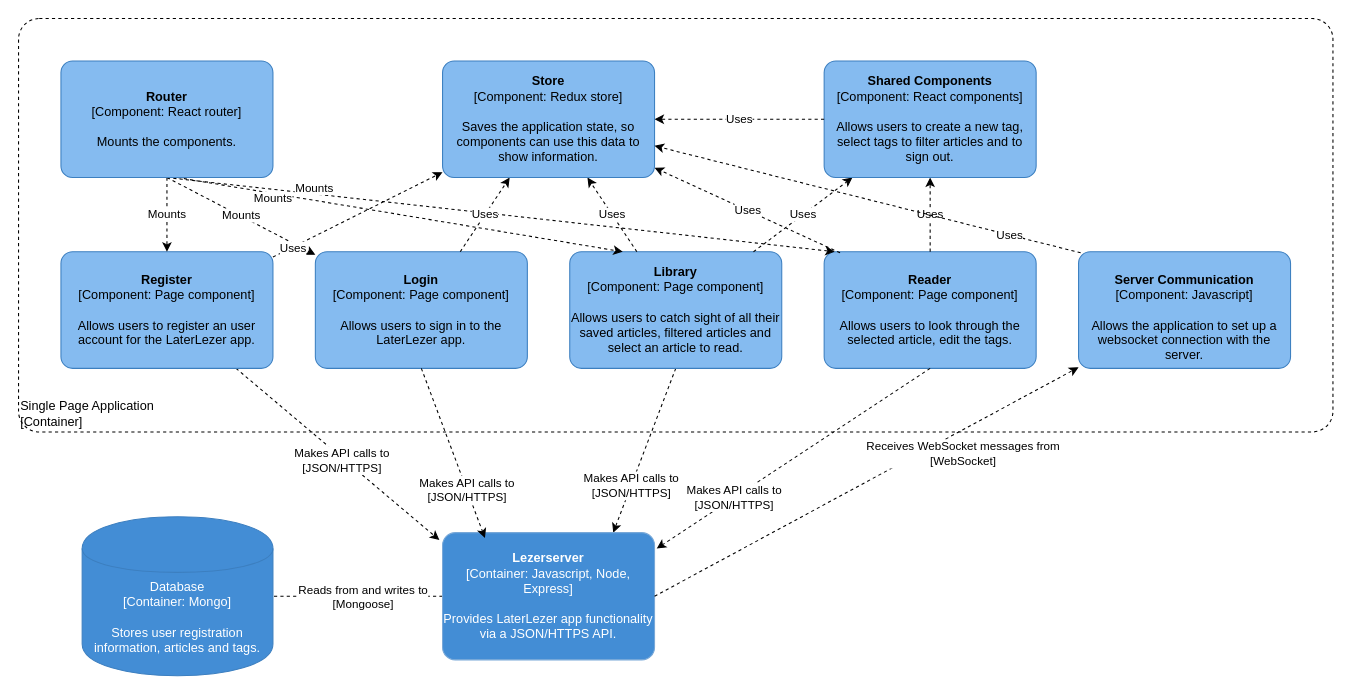
This is page "component-diagram-lezerapp" (5 of 7) of documents/c4model.drawio from Patrickroelofs/HANICA-DWA-Laterlezer, a draw.io file, before an edit. Source tidied: cells renumbered, new cells numbered last; positions are measured from the earlier drawing's top-left corner, leaving out a move shared by most shapes. Both pictures are drawn from the tidied source at 106%, with x=0, y=0 at pixel (18, 18).
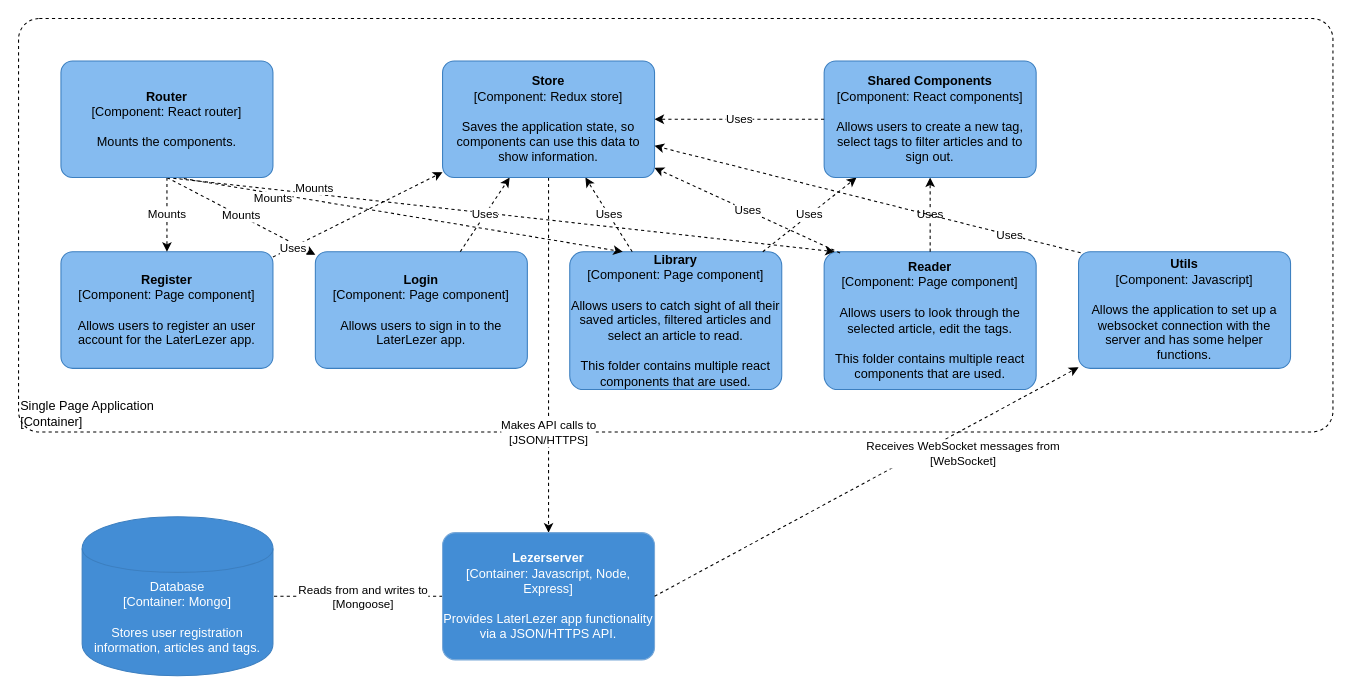
After the change.

Unchanged cells that the change refers to:
```xml
<object id="6" label="&lt;b&gt;%c4Name%&lt;/b&gt;&lt;div&gt;[%c4Type%: %c4Technology%]&lt;/div&gt;&lt;br&gt;&lt;div&gt;%c4Description%&lt;/div&gt;" c4Description="Allows users to register an user account for the LaterLezer app." c4Name="Register" c4Technology="Page component" c4Type="Component" placeholders="1">
  <mxCell style="rounded=1;whiteSpace=wrap;html=1;labelBackgroundColor=none;align=center;arcSize=10;strokeColor=#3C7FC0;metaData={&quot;c4Type&quot;:{&quot;editable&quot;:false}};points=[[0.25,0,0],[0.5,0,0],[0.75,0,0],[1,0.25,0],[1,0.5,0],[1,0.75,0],[0.75,1,0],[0.5,1,0],[0.25,1,0],[0,0.75,0],[0,0.5,0],[0,0.25,0]];fillColor=#85BBF0;" parent="1" vertex="1">
    <mxGeometry x="40" y="220" width="200" height="110" as="geometry" />
  </mxCell>
</object>
<object id="10" label="&lt;b&gt;%c4Name%&lt;/b&gt;&lt;div&gt;[%c4Type%: %c4Technology%]&lt;/div&gt;&lt;br&gt;&lt;div&gt;%c4Description%&lt;/div&gt;" c4Description="Provides LaterLezer app functionality via a JSON/HTTPS API." c4Name="Lezerserver" c4Technology="Javascript, Node, Express" c4Type="Container" placeholders="1">
  <mxCell style="rounded=1;whiteSpace=wrap;html=1;labelBackgroundColor=none;fontColor=#ffffff;align=center;arcSize=10;strokeColor=#78A8D8;metaData={&quot;c4Type&quot;:{&quot;editable&quot;:false}};points=[[0.25,0,0],[0.5,0,0],[0.75,0,0],[1,0.25,0],[1,0.5,0],[1,0.75,0],[0.75,1,0],[0.5,1,0],[0.25,1,0],[0,0.75,0],[0,0.5,0],[0,0.25,0]];fillColor=#438DD5;" parent="1" vertex="1">
    <mxGeometry x="400" y="485" width="200" height="120" as="geometry" />
  </mxCell>
</object>
<object id="11" label="&lt;b&gt;%c4Name%&lt;/b&gt;&lt;div&gt;[%c4Type%: %c4Technology%]&lt;/div&gt;&lt;br&gt;&lt;div&gt;%c4Description%&lt;/div&gt;" c4Description="Allows users to sign in to the LaterLezer app." c4Name="Login" c4Technology="Page component" c4Type="Component" placeholders="1">
  <mxCell style="rounded=1;whiteSpace=wrap;html=1;labelBackgroundColor=none;align=center;arcSize=10;strokeColor=#3C7FC0;metaData={&quot;c4Type&quot;:{&quot;editable&quot;:false}};points=[[0.25,0,0],[0.5,0,0],[0.75,0,0],[1,0.25,0],[1,0.5,0],[1,0.75,0],[0.75,1,0],[0.5,1,0],[0.25,1,0],[0,0.75,0],[0,0.5,0],[0,0.25,0]];fillColor=#85BBF0;" parent="1" vertex="1">
    <mxGeometry x="280" y="220" width="200" height="110" as="geometry" />
  </mxCell>
</object>
<object id="30" label="&lt;b&gt;%c4Name%&lt;/b&gt;&lt;div&gt;[%c4Type%: %c4Technology%]&lt;/div&gt;&lt;br&gt;&lt;div&gt;%c4Description%&lt;/div&gt;" c4Description="Saves the application state, so components can use this data to show information." c4Name="Store" c4Technology="Redux store" c4Type="Component" placeholders="1">
  <mxCell style="rounded=1;whiteSpace=wrap;html=1;labelBackgroundColor=none;align=center;arcSize=10;strokeColor=#3C7FC0;metaData={&quot;c4Type&quot;:{&quot;editable&quot;:false}};points=[[0.25,0,0],[0.5,0,0],[0.75,0,0],[1,0.25,0],[1,0.5,0],[1,0.75,0],[0.75,1,0],[0.5,1,0],[0.25,1,0],[0,0.75,0],[0,0.5,0],[0,0.25,0]];fillColor=#85BBF0;" parent="1" vertex="1">
    <mxGeometry x="400" y="40" width="200" height="110" as="geometry" />
  </mxCell>
</object>
```

Change to the diagram source:
```diff
@@
-    <mxCell id="5" value="&lt;span style=&quot;color: rgb(0 , 0 , 0) ; font-size: 11px ; font-style: normal ; font-weight: 400 ; letter-spacing: normal ; text-align: center ; text-indent: 0px ; text-transform: none ; word-spacing: 0px ; background-color: rgb(255 , 255 , 255) ; font-family: &amp;#34;helvetica&amp;#34; ; display: inline ; float: none&quot;&gt;Makes API calls to&lt;/span&gt;&lt;br style=&quot;color: rgb(0 , 0 , 0) ; font-size: 11px ; font-style: normal ; font-weight: 400 ; letter-spacing: normal ; text-align: center ; text-indent: 0px ; text-transform: none ; word-spacing: 0px ; font-family: &amp;#34;helvetica&amp;#34;&quot;&gt;&lt;span style=&quot;color: rgb(0 , 0 , 0) ; font-size: 11px ; font-style: normal ; font-weight: 400 ; letter-spacing: normal ; text-align: center ; text-indent: 0px ; text-transform: none ; word-spacing: 0px ; background-color: rgb(255 , 255 , 255) ; font-family: &amp;#34;helvetica&amp;#34; ; display: inline ; float: none&quot;&gt;[JSON/HTTPS]&lt;/span&gt;&lt;br&gt;" style="jettySize=auto;html=1;rounded=0;dashed=1;entryX=-0.015;entryY=0.058;entryDx=0;entryDy=0;entryPerimeter=0;" parent="1" edge="1" source="6" target="10">
-      <mxGeometry x="0.05" y="-2" relative="1" as="geometry" />
-    </mxCell>
@@
-    <mxCell id="8" value="&lt;span style=&quot;color: rgb(0 , 0 , 0) ; font-size: 11px ; font-style: normal ; font-weight: 400 ; letter-spacing: normal ; text-align: center ; text-indent: 0px ; text-transform: none ; word-spacing: 0px ; background-color: rgb(255 , 255 , 255) ; font-family: &amp;#34;helvetica&amp;#34; ; display: inline ; float: none&quot;&gt;Makes API calls to&lt;/span&gt;&lt;br style=&quot;color: rgb(0 , 0 , 0) ; font-size: 11px ; font-style: normal ; font-weight: 400 ; letter-spacing: normal ; text-align: center ; text-indent: 0px ; text-transform: none ; word-spacing: 0px ; font-family: &amp;#34;helvetica&amp;#34;&quot;&gt;&lt;span style=&quot;color: rgb(0 , 0 , 0) ; font-size: 11px ; font-style: normal ; font-weight: 400 ; letter-spacing: normal ; text-align: center ; text-indent: 0px ; text-transform: none ; word-spacing: 0px ; background-color: rgb(255 , 255 , 255) ; font-family: &amp;#34;helvetica&amp;#34; ; display: inline ; float: none&quot;&gt;[JSON/HTTPS]&lt;/span&gt;" style="rounded=0;jettySize=auto;html=1;dashed=1;exitX=0.5;exitY=1;exitDx=0;exitDy=0;exitPerimeter=0;entryX=0.805;entryY=0;entryDx=0;entryDy=0;entryPerimeter=0;" parent="1" edge="1" source="9" target="10">
+    <mxCell id="8" value="&lt;span style=&quot;color: rgb(0 , 0 , 0) ; font-size: 11px ; font-style: normal ; font-weight: 400 ; letter-spacing: normal ; text-align: center ; text-indent: 0px ; text-transform: none ; word-spacing: 0px ; background-color: rgb(255 , 255 , 255) ; font-family: &amp;#34;helvetica&amp;#34; ; display: inline ; float: none&quot;&gt;Makes API calls to&lt;/span&gt;&lt;br style=&quot;color: rgb(0 , 0 , 0) ; font-size: 11px ; font-style: normal ; font-weight: 400 ; letter-spacing: normal ; text-align: center ; text-indent: 0px ; text-transform: none ; word-spacing: 0px ; font-family: &amp;#34;helvetica&amp;#34;&quot;&gt;&lt;span style=&quot;color: rgb(0 , 0 , 0) ; font-size: 11px ; font-style: normal ; font-weight: 400 ; letter-spacing: normal ; text-align: center ; text-indent: 0px ; text-transform: none ; word-spacing: 0px ; background-color: rgb(255 , 255 , 255) ; font-family: &amp;#34;helvetica&amp;#34; ; display: inline ; float: none&quot;&gt;[JSON/HTTPS]&lt;/span&gt;" style="rounded=0;jettySize=auto;html=1;dashed=1;exitX=0.5;exitY=1;exitDx=0;exitDy=0;exitPerimeter=0;" parent="1" edge="1" source="30" target="10">
       <mxGeometry x="0.44" relative="1" as="geometry" />
     </mxCell>
-    <object id="9" label="&lt;b&gt;%c4Name%&lt;/b&gt;&lt;div&gt;[%c4Type%: %c4Technology%]&lt;/div&gt;&lt;br&gt;&lt;div&gt;%c4Description%&lt;/div&gt;" c4Description="Allows users to catch sight of all their saved articles, filtered articles and select an article to read." c4Name="Library" c4Technology="Page component" c4Type="Component" placeholders="1">
+    <object id="9" label="&lt;b&gt;%c4Name%&lt;/b&gt;&lt;div&gt;[%c4Type%: %c4Technology%]&lt;/div&gt;&lt;br&gt;&lt;div&gt;%c4Description%&lt;/div&gt;" c4Description="Allows users to catch sight of all their saved articles, filtered articles and select an article to read.&#10;&#10;This folder contains multiple react components that are used." c4Name="Library" c4Technology="Page component" c4Type="Component" placeholders="1">
       <mxCell style="rounded=1;whiteSpace=wrap;html=1;labelBackgroundColor=none;align=center;arcSize=10;strokeColor=#3C7FC0;metaData={&quot;c4Type&quot;:{&quot;editable&quot;:false}};points=[[0.25,0,0],[0.5,0,0],[0.75,0,0],[1,0.25,0],[1,0.5,0],[1,0.75,0],[0.75,1,0],[0.5,1,0],[0.25,1,0],[0,0.75,0],[0,0.5,0],[0,0.25,0]];fillColor=#85BBF0;" parent="1" vertex="1">
-        <mxGeometry x="520" y="220" width="200" height="110" as="geometry" />
+        <mxGeometry x="520" y="220" width="200" height="130" as="geometry" />
       </mxCell>
     </object>
@@
-    <mxCell id="12" value="&lt;span style=&quot;color: rgb(0 , 0 , 0) ; font-size: 11px ; font-style: normal ; font-weight: 400 ; letter-spacing: normal ; text-align: center ; text-indent: 0px ; text-transform: none ; word-spacing: 0px ; background-color: rgb(255 , 255 , 255) ; font-family: &amp;#34;helvetica&amp;#34; ; display: inline ; float: none&quot;&gt;Makes API calls to&lt;/span&gt;&lt;br style=&quot;color: rgb(0 , 0 , 0) ; font-size: 11px ; font-style: normal ; font-weight: 400 ; letter-spacing: normal ; text-align: center ; text-indent: 0px ; text-transform: none ; word-spacing: 0px ; font-family: &amp;#34;helvetica&amp;#34;&quot;&gt;&lt;span style=&quot;color: rgb(0 , 0 , 0) ; font-size: 11px ; font-style: normal ; font-weight: 400 ; letter-spacing: normal ; text-align: center ; text-indent: 0px ; text-transform: none ; word-spacing: 0px ; background-color: rgb(255 , 255 , 255) ; font-family: &amp;#34;helvetica&amp;#34; ; display: inline ; float: none&quot;&gt;[JSON/HTTPS]&lt;/span&gt;" style="rounded=0;jettySize=auto;html=1;dashed=1;entryX=0.2;entryY=0.042;entryDx=0;entryDy=0;entryPerimeter=0;exitX=0.5;exitY=1;exitDx=0;exitDy=0;exitPerimeter=0;" parent="1" edge="1" source="11" target="10">
-      <mxGeometry x="0.44" relative="1" as="geometry" />
-    </mxCell>
-    <object id="13" label="&lt;b&gt;%c4Name%&lt;/b&gt;&lt;div&gt;[%c4Type%: %c4Technology%]&lt;/div&gt;&lt;br&gt;&lt;div&gt;%c4Description%&lt;/div&gt;" c4Description="Allows users to look through the selected article, edit the tags." c4Name="Reader" c4Technology="Page component" c4Type="Component" placeholders="1">
+    <object id="13" label="&lt;b&gt;%c4Name%&lt;/b&gt;&lt;div&gt;[%c4Type%: %c4Technology%]&lt;/div&gt;&lt;br&gt;&lt;div&gt;%c4Description%&lt;/div&gt;" c4Description="Allows users to look through the selected article, edit the tags.&#10;&#10;This folder contains multiple react components that are used." c4Name="Reader" c4Technology="Page component" c4Type="Component" placeholders="1">
       <mxCell style="rounded=1;whiteSpace=wrap;html=1;labelBackgroundColor=none;align=center;arcSize=10;strokeColor=#3C7FC0;metaData={&quot;c4Type&quot;:{&quot;editable&quot;:false}};points=[[0.25,0,0],[0.5,0,0],[0.75,0,0],[1,0.25,0],[1,0.5,0],[1,0.75,0],[0.75,1,0],[0.5,1,0],[0.25,1,0],[0,0.75,0],[0,0.5,0],[0,0.25,0]];fillColor=#85BBF0;" parent="1" vertex="1">
-        <mxGeometry x="760" y="220" width="200" height="110" as="geometry" />
+        <mxGeometry x="760" y="220" width="200" height="130" as="geometry" />
       </mxCell>
     </object>
-    <mxCell id="14" value="&lt;span style=&quot;color: rgb(0 , 0 , 0) ; font-size: 11px ; font-style: normal ; font-weight: 400 ; letter-spacing: normal ; text-align: center ; text-indent: 0px ; text-transform: none ; word-spacing: 0px ; background-color: rgb(255 , 255 , 255) ; font-family: &amp;#34;helvetica&amp;#34; ; display: inline ; float: none&quot;&gt;Makes API calls to&lt;/span&gt;&lt;br style=&quot;color: rgb(0 , 0 , 0) ; font-size: 11px ; font-style: normal ; font-weight: 400 ; letter-spacing: normal ; text-align: center ; text-indent: 0px ; text-transform: none ; word-spacing: 0px ; font-family: &amp;#34;helvetica&amp;#34;&quot;&gt;&lt;span style=&quot;color: rgb(0 , 0 , 0) ; font-size: 11px ; font-style: normal ; font-weight: 400 ; letter-spacing: normal ; text-align: center ; text-indent: 0px ; text-transform: none ; word-spacing: 0px ; background-color: rgb(255 , 255 , 255) ; font-family: &amp;#34;helvetica&amp;#34; ; display: inline ; float: none&quot;&gt;[JSON/HTTPS]&lt;/span&gt;" style="rounded=0;jettySize=auto;html=1;dashed=1;exitX=0.5;exitY=1;exitDx=0;exitDy=0;exitPerimeter=0;entryX=1.01;entryY=0.125;entryDx=0;entryDy=0;entryPerimeter=0;" parent="1" edge="1" source="13" target="10">
-      <mxGeometry x="0.44" relative="1" as="geometry" />
-    </mxCell>
@@
-    <object id="35" label="&lt;b&gt;%c4Name%&lt;/b&gt;&lt;div&gt;[%c4Type%: %c4Technology%]&lt;/div&gt;&lt;br&gt;&lt;div&gt;%c4Description%&lt;/div&gt;" c4Description="Allows the application to set up a websocket connection with the server." c4Name="&#10;Server Communication" c4Technology="Javascript" c4Type="Component" placeholders="1">
+    <object id="35" label="&lt;b&gt;%c4Name%&lt;/b&gt;&lt;div&gt;[%c4Type%: %c4Technology%]&lt;/div&gt;&lt;br&gt;&lt;div&gt;%c4Description%&lt;/div&gt;" c4Description="Allows the application to set up a websocket connection with the server and has some helper functions." c4Name="Utils" c4Technology="Javascript" c4Type="Component" placeholders="1">
       <mxCell style="rounded=1;whiteSpace=wrap;html=1;labelBackgroundColor=none;align=center;arcSize=10;strokeColor=#3C7FC0;metaData={&quot;c4Type&quot;:{&quot;editable&quot;:false}};points=[[0.25,0,0],[0.5,0,0],[0.75,0,0],[1,0.25,0],[1,0.5,0],[1,0.75,0],[0.75,1,0],[0.5,1,0],[0.25,1,0],[0,0.75,0],[0,0.5,0],[0,0.25,0]];fillColor=#85BBF0;" parent="1" vertex="1">
         <mxGeometry x="1000" y="220" width="200" height="110" as="geometry" />
       </mxCell>
     </object>
```
